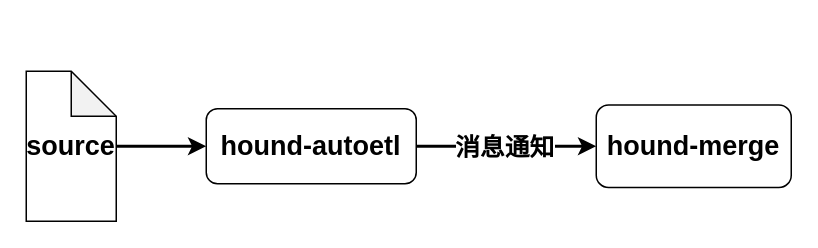
Earlier version of the draw.io diagram 算子设计.drawio (mineminemine123/work-wiki). Source tidied: cells renumbered, new cells numbered last; positions are measured from the earlier drawing's top-left corner, leaving out a move shared by most shapes. Both pictures are drawn from the tidied source at 150%, with x=0, y=0 at pixel (26, 70).
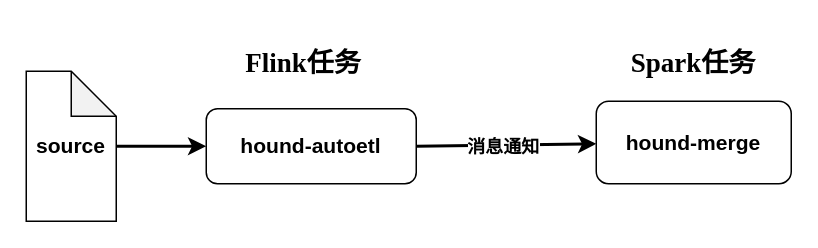
Above is the later version.

Commit message (it also covers changes not shown here):
更新算子设计.drawio

The edit, as a diff of the source:
```diff
@@
 <mxGraphModel>
   <root>
     <mxCell id="0" />
     <mxCell id="1" parent="0" />
     <mxCell id="2" style="edgeStyle=orthogonalEdgeStyle;rounded=0;jettySize=auto;html=1;entryX=0;entryY=0.5;entryDx=0;entryDy=0;strokeWidth=2;" parent="1" edge="1" source="3" target="4">
       <mxGeometry relative="1" as="geometry" />
     </mxCell>
-    <mxCell id="3" value="&lt;h2&gt;source&lt;/h2&gt;" style="shape=note;whiteSpace=wrap;html=1;backgroundOutline=1;darkOpacity=0.05;" parent="1" vertex="1">
+    <mxCell id="3" value="&lt;h3&gt;source&lt;/h3&gt;" style="shape=note;whiteSpace=wrap;html=1;backgroundOutline=1;darkOpacity=0.05;" parent="1" vertex="1">
       <mxGeometry width="60" height="100" as="geometry" />
     </mxCell>
-    <mxCell id="4" value="&lt;h2&gt;hound-autoetl&lt;/h2&gt;" style="rounded=1;whiteSpace=wrap;html=1;" parent="1" vertex="1">
+    <mxCell id="4" value="&lt;h3&gt;hound-autoetl&lt;/h3&gt;" style="rounded=1;whiteSpace=wrap;html=1;" parent="1" vertex="1">
       <mxGeometry x="120" y="25" width="140" height="50" as="geometry" />
     </mxCell>
-    <mxCell id="5" value="&lt;h2&gt;hound-merge&lt;/h2&gt;" style="rounded=1;whiteSpace=wrap;html=1;" parent="1" vertex="1">
-      <mxGeometry x="380" y="22.5" width="130" height="55" as="geometry" />
+    <mxCell id="5" value="&lt;h3&gt;hound-merge&lt;/h3&gt;" style="rounded=1;whiteSpace=wrap;html=1;" parent="1" vertex="1">
+      <mxGeometry x="380" y="20" width="130" height="55" as="geometry" />
     </mxCell>
     <mxCell id="6" style="endArrow=classic;html=1;rounded=0;strokeWidth=2;exitX=1;exitY=0.5;exitDx=0;exitDy=0;" parent="1" edge="1" source="4" target="5">
       <mxGeometry relative="1" as="geometry" />
     </mxCell>
-    <mxCell id="7" value="&lt;h2&gt;&lt;font face=&quot;Times New Roman&quot;&gt;消息通知&lt;/font&gt;&lt;/h2&gt;" style="edgeLabel;html=1;align=center;verticalAlign=middle;dashed=1;sketch=1;" parent="6" vertex="1">
+    <mxCell id="7" value="&lt;h2 style=&quot;font-size: 12px;&quot;&gt;&lt;font face=&quot;Times New Roman&quot; style=&quot;font-size: 12px;&quot;&gt;消息通知&lt;/font&gt;&lt;/h2&gt;" style="edgeLabel;html=1;align=center;verticalAlign=middle;dashed=1;sketch=1;fontSize=12;" parent="6" vertex="1">
       <mxGeometry relative="1" as="geometry">
-        <mxPoint x="-2" as="offset" />
+        <mxPoint x="-2" y="1" as="offset" />
       </mxGeometry>
     </mxCell>
+    <mxCell id="8" value="&lt;h2&gt;Flink任务&lt;/h2&gt;" style="text;html=1;strokeColor=none;fillColor=none;align=center;verticalAlign=middle;whiteSpace=wrap;rounded=0;sketch=0;fontFamily=Times New Roman;" parent="1" vertex="1">
+      <mxGeometry x="140" y="-20" width="90" height="30" as="geometry" />
+    </mxCell>
+    <mxCell id="9" value="&lt;h2&gt;Spark任务&lt;/h2&gt;" style="text;html=1;strokeColor=none;fillColor=none;align=center;verticalAlign=middle;whiteSpace=wrap;rounded=0;sketch=0;fontFamily=Times New Roman;" parent="1" vertex="1">
+      <mxGeometry x="400" y="-20" width="90" height="30" as="geometry" />
+    </mxCell>
   </root>
 </mxGraphModel>
```
